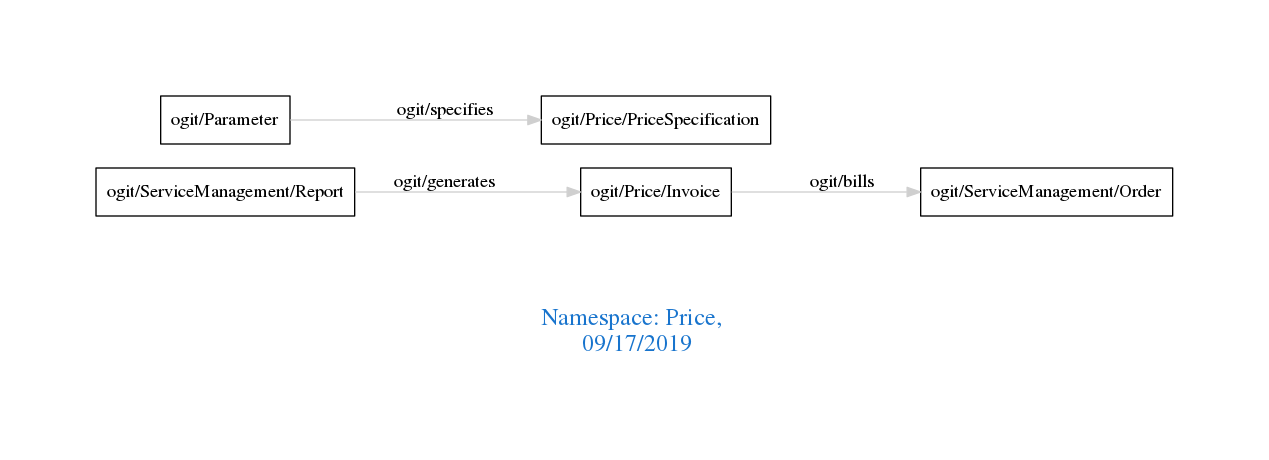
This is downloads/Price.png from arago/OGIT, a Graphviz export, as it was before one commit. Its source is kept beside it as downloads/Price.dot.
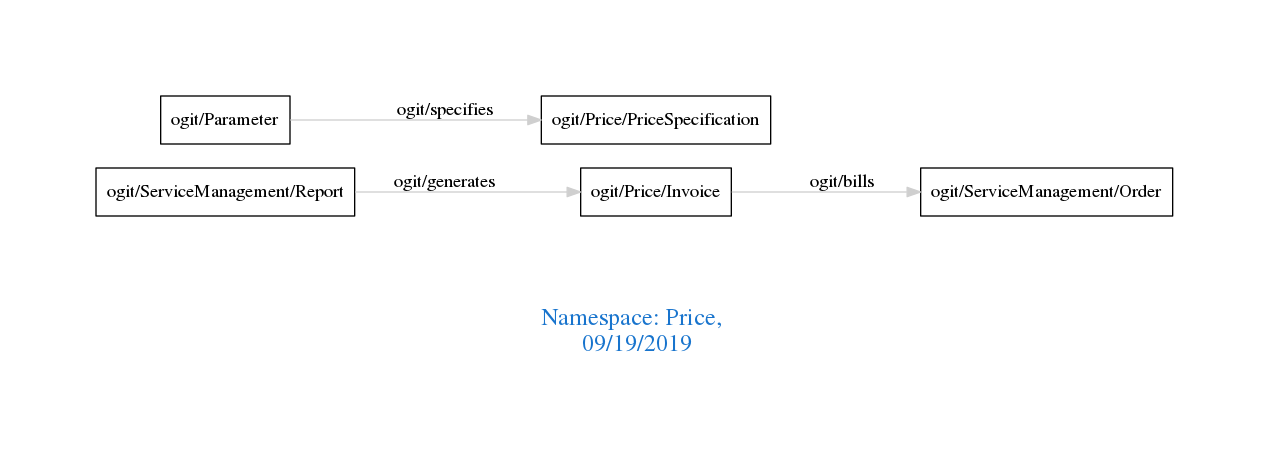
After the change.

Diff of the diagram source:
```diff
@@ -1,7 +1,7 @@
 digraph OGIT_ontology {
  graph [ rankdir= LR,pad=1
 fontsize = 18,
-fontcolor= dodgerblue3,label = "\n\n\nNamespace: Price, \n 09/17/2019"];
+fontcolor= dodgerblue3,label = "\n\n\nNamespace: Price, \n 09/19/2019"];
 node[shape=polygon];
 edge [  color="gray81"];
 
```
